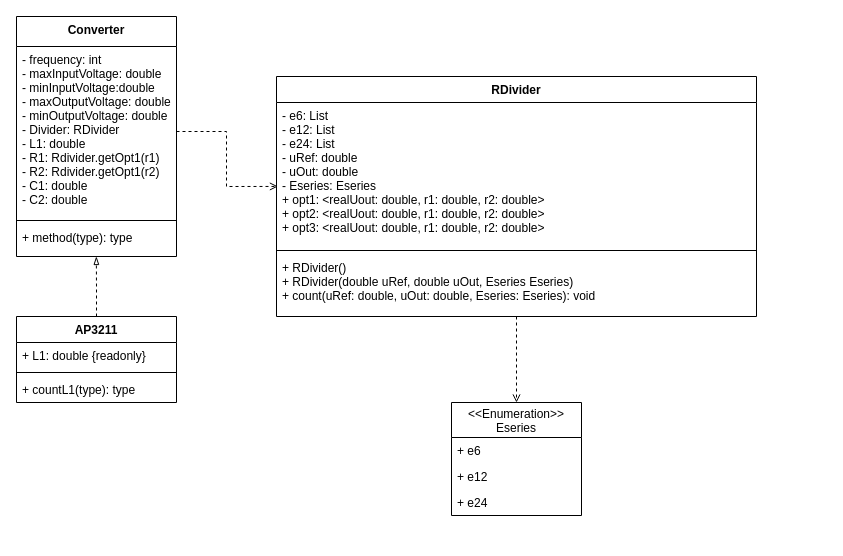
Before: diagram.drawio in Adik0160/converterDC, a draw.io diagram. Source tidied: cells renumbered, new cells numbered last; positions are measured from the earlier drawing's top-left corner, leaving out a move shared by most shapes. Both pictures are drawn from the tidied source at 100%, with x=0, y=0 at pixel (16, 16).
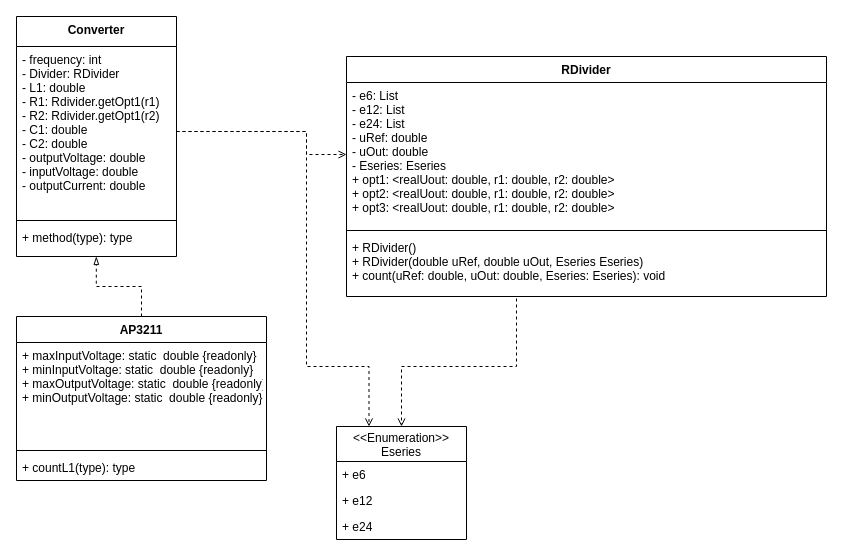
The same page after the edit.

Unchanged cells that the change refers to:
```xml
<mxCell id="3" value="Converter" style="swimlane;fontStyle=1;align=center;verticalAlign=top;horizontal=1;startSize=30;" parent="1" vertex="1">
  <mxGeometry width="160" height="240" as="geometry" />
</mxCell>
```

What changed in the source:
```diff
@@
-    <mxCell id="4" value="- frequency: int&#10;- maxInputVoltage: double&#10;- minInputVoltage:double&#10;- maxOutputVoltage: double&#10;- minOutputVoltage: double&#10;- Divider: RDivider&#10;- L1: double&#10;- R1: Rdivider.getOpt1(r1)&#10;- R2: Rdivider.getOpt1(r2)&#10;- C1: double&#10;- C2: double&#10;" style="text;strokeColor=none;fillColor=none;align=left;verticalAlign=top;spacingLeft=4;spacingRight=4;overflow=hidden;points=[[0,0.5],[1,0.5]];portConstraint=eastwest;" parent="3" vertex="1">
+    <mxCell id="4" value="- frequency: int&#10;- Divider: RDivider&#10;- L1: double&#10;- R1: Rdivider.getOpt1(r1)&#10;- R2: Rdivider.getOpt1(r2)&#10;- C1: double&#10;- C2: double&#10;- outputVoltage: double&#10;- inputVoltage: double&#10;- outputCurrent: double" style="text;strokeColor=none;fillColor=none;align=left;verticalAlign=top;spacingLeft=4;spacingRight=4;overflow=hidden;points=[[0,0.5],[1,0.5]];portConstraint=eastwest;" parent="3" vertex="1">
       <mxGeometry y="30" width="160" height="170" as="geometry" />
     </mxCell>
@@
     <mxCell id="7" value="AP3211" style="swimlane;fontStyle=1;align=center;verticalAlign=top;horizontal=1;startSize=26;" parent="1" vertex="1">
-      <mxGeometry y="300" width="160" height="86" as="geometry" />
+      <mxGeometry y="300" width="250" height="164" as="geometry" />
     </mxCell>
-    <mxCell id="8" value="+ L1: double {readonly}" style="text;strokeColor=none;fillColor=none;align=left;verticalAlign=top;spacingLeft=4;spacingRight=4;overflow=hidden;" parent="7" vertex="1">
-      <mxGeometry y="26" width="160" height="26" as="geometry" />
+    <mxCell id="8" value="+ maxInputVoltage: static  double {readonly}&#10;+ minInputVoltage: static  double {readonly}&#10;+ maxOutputVoltage: static  double {readonly}&#10;+ minOutputVoltage: static  double {readonly}" style="text;strokeColor=none;fillColor=none;align=left;verticalAlign=top;spacingLeft=4;spacingRight=4;overflow=hidden;" parent="7" vertex="1">
+      <mxGeometry y="26" width="250" height="104" as="geometry" />
     </mxCell>
     <mxCell id="9" style="line;strokeWidth=1;fillColor=none;align=left;verticalAlign=middle;spacingTop=-1;spacingLeft=3;spacingRight=3;labelPosition=right;" parent="7" vertex="1">
-      <mxGeometry y="52" width="160" height="8" as="geometry" />
+      <mxGeometry y="130" width="250" height="8" as="geometry" />
     </mxCell>
     <mxCell id="10" value="+ countL1(type): type" style="text;strokeColor=none;fillColor=none;align=left;verticalAlign=top;spacingLeft=4;spacingRight=4;overflow=hidden;" parent="7" vertex="1">
-      <mxGeometry y="60" width="160" height="26" as="geometry" />
+      <mxGeometry y="138" width="250" height="26" as="geometry" />
     </mxCell>
     <mxCell id="11" style="edgeStyle=orthogonalEdgeStyle;rounded=0;jettySize=auto;html=1;exitX=0.5;exitY=1;exitDx=0;exitDy=0;entryX=0.5;entryY=0;entryDx=0;entryDy=0;dashed=1;endArrow=open;endFill=0;" parent="1" edge="1" source="12" target="17">
-      <mxGeometry relative="1" as="geometry" />
+      <mxGeometry relative="1" as="geometry">
+        <Array as="points">
+          <mxPoint x="500" y="350" />
+          <mxPoint x="385" y="350" />
+        </Array>
+      </mxGeometry>
     </mxCell>
-    <mxCell id="12" value="RDivider" style="swimlane;fontStyle=1;align=center;verticalAlign=top;horizontal=1;startSize=26;" parent="1" vertex="1">
-      <mxGeometry x="260" y="60" width="480" height="240" as="geometry" />
-    </mxCell>
-    <mxCell id="13" value="- e6: List&#10;- e12: List&#10;- e24: List&#10;- uRef: double&#10;- uOut: double&#10;- Eseries: Eseries&#10;+ opt1: &lt;realUout: double, r1: double, r2: double&gt;&#10;+ opt2: &lt;realUout: double, r1: double, r2: double&gt;&#10;+ opt3: &lt;realUout: double, r1: double, r2: double&gt;" style="text;strokeColor=none;fillColor=none;align=left;verticalAlign=top;spacingLeft=4;spacingRight=4;overflow=hidden;points=[[0,0.5],[1,0.5]];portConstraint=eastwest;" parent="12" vertex="1">
-      <mxGeometry y="26" width="480" height="144" as="geometry" />
-    </mxCell>
-    <mxCell id="14" style="line;strokeWidth=1;fillColor=none;align=left;verticalAlign=middle;spacingTop=-1;spacingLeft=3;spacingRight=3;labelPosition=right;" parent="12" vertex="1">
-      <mxGeometry y="170" width="480" height="8" as="geometry" />
-    </mxCell>
-    <mxCell id="15" value="+ RDivider()&#10;+ RDivider(double uRef, double uOut, Eseries Eseries)&#10;+ count(uRef: double, uOut: double, Eseries: Eseries): void" style="text;strokeColor=none;fillColor=none;align=left;verticalAlign=top;spacingLeft=4;spacingRight=4;overflow=hidden;" parent="12" vertex="1">
-      <mxGeometry y="178" width="480" height="62" as="geometry" />
-    </mxCell>
-    <mxCell id="16" style="edgeStyle=orthogonalEdgeStyle;rounded=0;jettySize=auto;html=1;exitX=1;exitY=0.5;exitDx=0;exitDy=0;entryX=0.003;entryY=0.583;entryDx=0;entryDy=0;entryPerimeter=0;dashed=1;endArrow=open;endFill=0;" parent="1" edge="1" source="4" target="13">
-      <mxGeometry relative="1" as="geometry" />
+    <mxCell id="16" style="edgeStyle=orthogonalEdgeStyle;rounded=0;jettySize=auto;html=1;exitX=1;exitY=0.5;exitDx=0;exitDy=0;dashed=1;endArrow=open;endFill=0;entryX=0;entryY=0.5;entryDx=0;entryDy=0;" parent="1" edge="1" source="4" target="13">
+      <mxGeometry relative="1" as="geometry">
+        <Array as="points">
+          <mxPoint x="290" y="115" />
+          <mxPoint x="290" y="138" />
+        </Array>
+      </mxGeometry>
     </mxCell>
     <mxCell id="17" value="&lt;&lt;Enumeration&gt;&gt;&#10;Eseries" style="swimlane;fontStyle=0;horizontal=1;startSize=35;fillColor=none;" parent="1" vertex="1">
-      <mxGeometry x="435" y="386" width="130" height="113" as="geometry" />
+      <mxGeometry x="320" y="410" width="130" height="113" as="geometry" />
     </mxCell>
@@
+    <mxCell id="21" style="edgeStyle=orthogonalEdgeStyle;rounded=0;jettySize=auto;html=1;exitX=1;exitY=0.5;exitDx=0;exitDy=0;entryX=0.25;entryY=0;entryDx=0;entryDy=0;dashed=1;endArrow=open;endFill=0;" parent="1" edge="1" source="4" target="17">
+      <mxGeometry relative="1" as="geometry">
+        <Array as="points">
+          <mxPoint x="290" y="115" />
+          <mxPoint x="290" y="350" />
+          <mxPoint x="353" y="350" />
+        </Array>
+      </mxGeometry>
+    </mxCell>
+    <mxCell id="12" value="RDivider" style="swimlane;fontStyle=1;align=center;verticalAlign=top;horizontal=1;startSize=26;" parent="1" vertex="1">
+      <mxGeometry x="330" y="40" width="480" height="240" as="geometry" />
+    </mxCell>
+    <mxCell id="13" value="- e6: List&#10;- e12: List&#10;- e24: List&#10;- uRef: double&#10;- uOut: double&#10;- Eseries: Eseries&#10;+ opt1: &lt;realUout: double, r1: double, r2: double&gt;&#10;+ opt2: &lt;realUout: double, r1: double, r2: double&gt;&#10;+ opt3: &lt;realUout: double, r1: double, r2: double&gt;" style="text;strokeColor=none;fillColor=none;align=left;verticalAlign=top;spacingLeft=4;spacingRight=4;overflow=hidden;points=[[0,0.5],[1,0.5]];portConstraint=eastwest;" parent="12" vertex="1">
+      <mxGeometry y="26" width="480" height="144" as="geometry" />
+    </mxCell>
+    <mxCell id="14" style="line;strokeWidth=1;fillColor=none;align=left;verticalAlign=middle;spacingTop=-1;spacingLeft=3;spacingRight=3;labelPosition=right;" parent="12" vertex="1">
+      <mxGeometry y="170" width="480" height="8" as="geometry" />
+    </mxCell>
+    <mxCell id="15" value="+ RDivider()&#10;+ RDivider(double uRef, double uOut, Eseries Eseries)&#10;+ count(uRef: double, uOut: double, Eseries: Eseries): void" style="text;strokeColor=none;fillColor=none;align=left;verticalAlign=top;spacingLeft=4;spacingRight=4;overflow=hidden;" parent="12" vertex="1">
+      <mxGeometry y="178" width="480" height="62" as="geometry" />
+    </mxCell>
```
